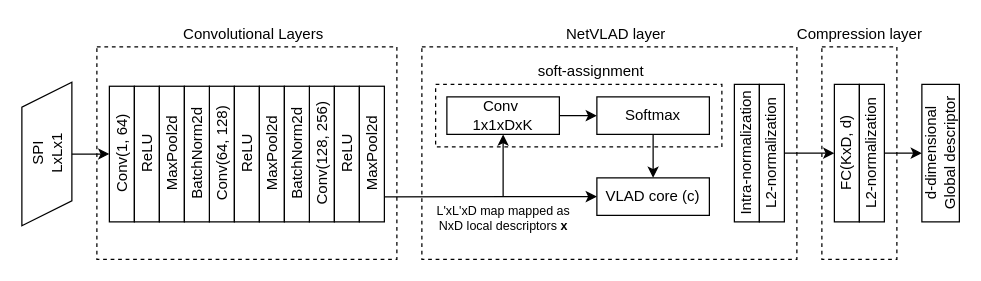
li-yanhao/large-scale-pointcloud-matching keeps this draw.io diagram as Untitled Diagram.drawio. Above is the earlier version. Source tidied: cells renumbered, new cells numbered last; positions are measured from the earlier drawing's top-left corner, leaving out a move shared by most shapes. Both pictures are drawn from the tidied source at 125%, with x=0, y=0 at pixel (21, 21).
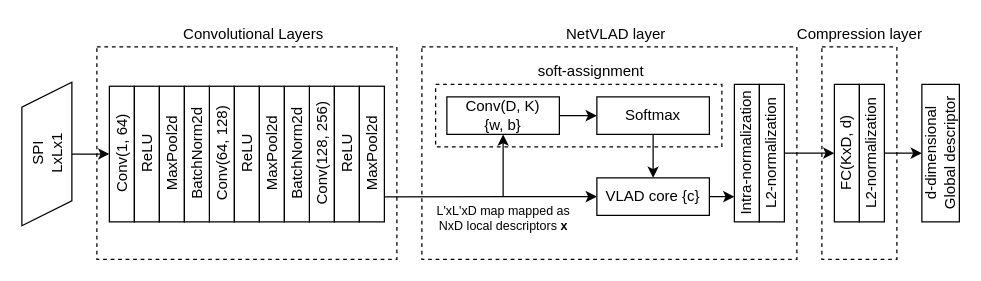
Above is the later version.

Change to the diagram source:
```diff
@@
+    <mxCell id="19" style="rounded=0;whiteSpace=wrap;html=1;noLabel=1;fontColor=none;fillColor=none;dashed=1;" parent="1" vertex="1">
+      <mxGeometry x="320" y="20" width="300" height="170" as="geometry" />
+    </mxCell>
@@
-    <mxCell id="19" style="rounded=0;whiteSpace=wrap;html=1;noLabel=1;fontColor=none;fillColor=none;dashed=1;" parent="1" vertex="1">
-      <mxGeometry x="320" y="20" width="300" height="170" as="geometry" />
-    </mxCell>
@@
-    <mxCell id="22" value="Conv&amp;nbsp;&lt;br&gt;1x1xDxK" style="rounded=0;whiteSpace=wrap;html=1;fillColor=none;fontColor=none;" parent="1" vertex="1">
+    <mxCell id="22" value="Conv(D, K)&lt;br&gt;{w, b}" style="rounded=0;whiteSpace=wrap;html=1;fillColor=none;fontColor=none;" parent="1" vertex="1">
       <mxGeometry x="340" y="60" width="90" height="30" as="geometry" />
     </mxCell>
@@
+    <mxCell id="38" style="edgeStyle=orthogonalEdgeStyle;rounded=0;jettySize=auto;html=1;" parent="1" edge="1" source="26">
+      <mxGeometry relative="1" as="geometry">
+        <mxPoint x="570" y="140" as="targetPoint" />
+      </mxGeometry>
+    </mxCell>
-    <mxCell id="26" value="VLAD core (c)" style="rounded=0;whiteSpace=wrap;html=1;fillColor=none;fontColor=none;" parent="1" vertex="1">
+    <mxCell id="26" value="VLAD core {c}" style="rounded=0;whiteSpace=wrap;html=1;fillColor=none;fontColor=none;" parent="1" vertex="1">
       <mxGeometry x="460" y="124.8" width="90" height="30" as="geometry" />
     </mxCell>
```
